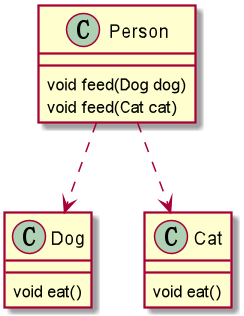
Earlier version of the PlantUML export doc/images/principle/依赖倒转原则反例.png (Drintau/StudyRepository). Its source is kept beside it as doc/UML/principle/依赖倒转原则反例.puml. Source of this version:
```plantuml
@startuml

class Person{
    void feed(Dog dog)
    void feed(Cat cat)
}
class Dog{
    void eat()
}
class Cat{
    void eat()
}

Person ..> Dog
Person ..> Cat

@enduml
```
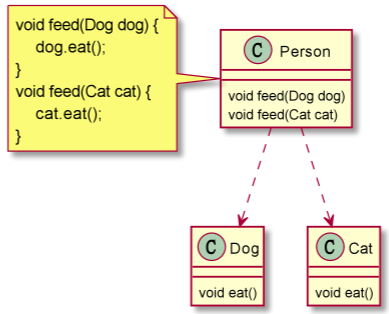
After the commit.

The edit, as a diff of the source:
```diff
@@ -4,9 +4,19 @@
     void feed(Dog dog)
     void feed(Cat cat)
 }
+note left
+void feed(Dog dog) {
+    dog.eat();
+}
+void feed(Cat cat) {
+    cat.eat();
+}
+end note
+
 class Dog{
     void eat()
 }
+
 class Cat{
     void eat()
 }
```
